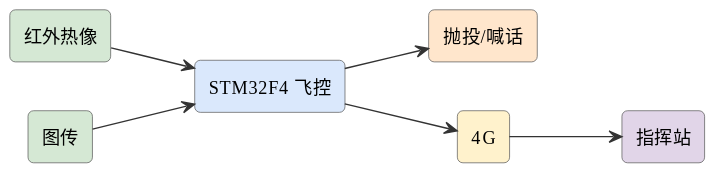
mingyi0818/IntelligentMcuCourse keeps this PlantUML diagram as assets/diagrams/ideas-fig86.svg. Above is the earlier version.
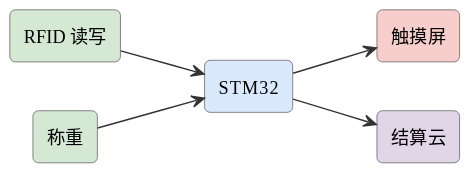
Above is the later version.

The edit, as a diff of the source:
```diff
@@ -6,15 +6,13 @@
 skinparam arrowFontSize 11
 skinparam arrowColor #333
 left to right direction
-rectangle "STM32F4 飞控" as fc #dae8fc
-rectangle "红外热像" as ir #d5e8d4
-rectangle "图传" as cam #d5e8d4
-rectangle "抛投/喊话" as drop #ffe6cc
-rectangle "4G" as g #fff2cc
-rectangle "指挥站" as gs #e1d5e8
-ir --> fc
-cam --> fc
-fc --> drop
-fc --> g
-g --> gs
+rectangle "RFID 读写" as rfid #d5e8d4
+rectangle "称重" as w #d5e8d4
+rectangle "STM32" as stm #dae8fc
+rectangle "触摸屏" as scr #f8cecc
+rectangle "结算云" as cloud #e1d5e8
+rfid --> stm
+w --> stm
+stm --> scr
+stm --> cloud
 @enduml
```
